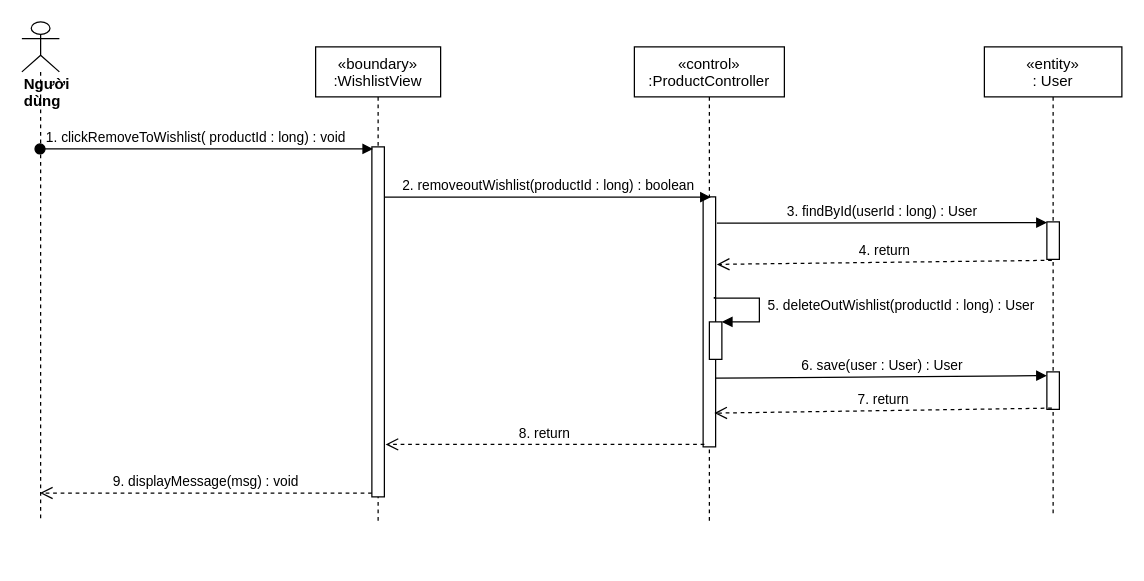
Earlier version of the draw.io diagram sequence diagram/remove-product-to-wishlist-class-diagram.drawio (nguyenphamvan/datn_20202). Source tidied: cells renumbered, new cells numbered last; positions are measured from the earlier drawing's top-left corner, leaving out a move shared by most shapes. Both pictures are drawn from the tidied source at 125%, with x=0, y=0 at pixel (21, 21).
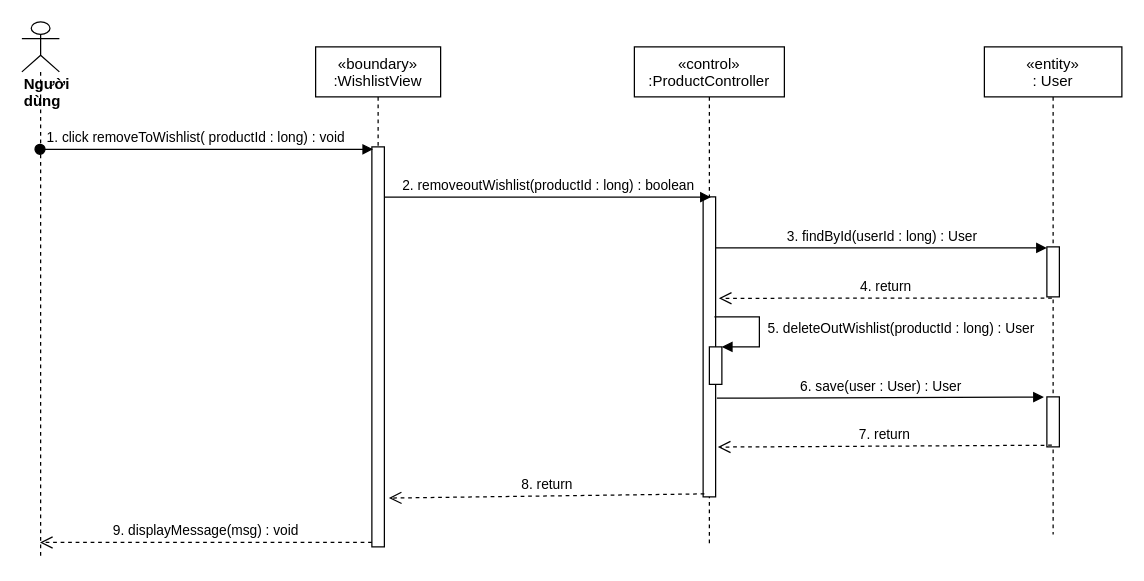
The same diagram, later.

Change to the diagram source:
```diff
@@
     <mxCell id="2" value="«boundary»&#10;:WishlistView" style="shape=umlLifeline;perimeter=lifelinePerimeter;rounded=0;shadow=0;strokeWidth=1;" parent="1" vertex="1">
-      <mxGeometry x="235" y="20" width="100" height="380" as="geometry" />
+      <mxGeometry x="235" y="20" width="100" height="400" as="geometry" />
     </mxCell>
     <mxCell id="3" style="points=[];perimeter=orthogonalPerimeter;rounded=0;shadow=0;strokeWidth=1;" parent="2" vertex="1">
-      <mxGeometry x="45" y="80" width="10" height="280" as="geometry" />
+      <mxGeometry x="45" y="80" width="10" height="320" as="geometry" />
     </mxCell>
     <mxCell id="4" value="«control»&#10;:ProductController" style="shape=umlLifeline;perimeter=lifelinePerimeter;rounded=0;shadow=0;strokeWidth=1;" parent="1" vertex="1">
-      <mxGeometry x="490" y="20" width="120" height="380" as="geometry" />
+      <mxGeometry x="490" y="20" width="120" height="400" as="geometry" />
     </mxCell>
     <mxCell id="5" style="points=[];perimeter=orthogonalPerimeter;rounded=0;shadow=0;strokeWidth=1;" parent="4" vertex="1">
-      <mxGeometry x="55" y="120" width="10" height="200" as="geometry" />
+      <mxGeometry x="55" y="120" width="10" height="240" as="geometry" />
     </mxCell>
     <mxCell id="6" value="&lt;div&gt;&lt;b&gt;Người dùng&lt;/b&gt;&lt;/div&gt;" style="shape=umlLifeline;participant=umlActor;perimeter=lifelinePerimeter;whiteSpace=wrap;html=1;verticalAlign=top;spacingTop=36;outlineConnect=0;align=left;" parent="1" vertex="1">
-      <mxGeometry width="30" height="400" as="geometry" />
+      <mxGeometry width="30" height="430" as="geometry" />
     </mxCell>
-    <mxCell id="7" value="1. clickRemoveToWishlist( productId : long) : void" style="verticalAlign=bottom;startArrow=oval;endArrow=block;startSize=8;shadow=0;strokeWidth=1;entryX=0.1;entryY=0.006;entryDx=0;entryDy=0;entryPerimeter=0;" parent="1" edge="1" source="6" target="3">
+    <mxCell id="7" value="1. click removeToWishlist( productId : long) : void" style="verticalAlign=bottom;startArrow=oval;endArrow=block;startSize=8;shadow=0;strokeWidth=1;entryX=0.1;entryY=0.006;entryDx=0;entryDy=0;entryPerimeter=0;" parent="1" edge="1" source="6" target="3">
       <mxGeometry x="-0.06" relative="1" as="geometry" />
     </mxCell>
@@
     <mxCell id="9" value="«entity»&#10;: User" style="shape=umlLifeline;perimeter=lifelinePerimeter;rounded=0;shadow=0;strokeWidth=1;" parent="1" vertex="1">
-      <mxGeometry x="770" y="20" width="110" height="375" as="geometry" />
+      <mxGeometry x="770" y="20" width="110" height="390" as="geometry" />
     </mxCell>
     <mxCell id="10" style="points=[];perimeter=orthogonalPerimeter;rounded=0;shadow=0;strokeWidth=1;" parent="9" vertex="1">
-      <mxGeometry x="50" y="140" width="10" height="30" as="geometry" />
+      <mxGeometry x="50" y="160" width="10" height="40" as="geometry" />
     </mxCell>
     <mxCell id="11" style="html=1;points=[];perimeter=orthogonalPerimeter;" parent="9" vertex="1">
-      <mxGeometry x="50" y="260" width="10" height="30" as="geometry" />
+      <mxGeometry x="50" y="280" width="10" height="40" as="geometry" />
     </mxCell>
-    <mxCell id="12" value="3. findById(userId : long) : User" style="html=1;verticalAlign=bottom;endArrow=block;entryX=0;entryY=0.02;entryDx=0;entryDy=0;entryPerimeter=0;" parent="1" edge="1" target="10">
-      <mxGeometry relative="1" as="geometry">
-        <mxPoint x="556" y="161" as="sourcePoint" />
-      </mxGeometry>
+    <mxCell id="12" value="3. findById(userId : long) : User" style="html=1;verticalAlign=bottom;endArrow=block;entryX=0;entryY=0.02;entryDx=0;entryDy=0;entryPerimeter=0;" parent="1" edge="1" source="5" target="10">
+      <mxGeometry relative="1" as="geometry" />
     </mxCell>
-    <mxCell id="13" value="4. return" style="html=1;verticalAlign=bottom;endArrow=open;dashed=1;endSize=8;entryX=1.1;entryY=0.27;entryDx=0;entryDy=0;entryPerimeter=0;exitX=0.4;exitY=1.025;exitDx=0;exitDy=0;exitPerimeter=0;" parent="1" edge="1" source="10" target="5">
+    <mxCell id="13" value="4. return" style="html=1;verticalAlign=bottom;endArrow=open;dashed=1;endSize=8;entryX=1.26;entryY=0.338;entryDx=0;entryDy=0;entryPerimeter=0;exitX=0.4;exitY=1.025;exitDx=0;exitDy=0;exitPerimeter=0;" parent="1" edge="1" source="10" target="5">
       <mxGeometry relative="1" as="geometry" />
     </mxCell>
-    <mxCell id="14" value="6. save(user : User) : User" style="html=1;verticalAlign=bottom;endArrow=block;entryX=0;entryY=0.1;entryDx=0;entryDy=0;entryPerimeter=0;" parent="1" edge="1" target="11">
-      <mxGeometry relative="1" as="geometry">
-        <mxPoint x="555" y="285" as="sourcePoint" />
-      </mxGeometry>
+    <mxCell id="14" value="6. save(user : User) : User" style="html=1;verticalAlign=bottom;endArrow=block;exitX=1.1;exitY=0.671;exitDx=0;exitDy=0;exitPerimeter=0;entryX=-0.24;entryY=0.005;entryDx=0;entryDy=0;entryPerimeter=0;" parent="1" edge="1" source="5" target="11">
+      <mxGeometry relative="1" as="geometry" />
     </mxCell>
     <mxCell id="15" style="html=1;points=[];perimeter=orthogonalPerimeter;" parent="1" vertex="1">
-      <mxGeometry x="550" y="240" width="10" height="30" as="geometry" />
+      <mxGeometry x="550" y="260" width="10" height="30" as="geometry" />
     </mxCell>
     <mxCell id="16" value="&amp;nbsp;5. deleteOutWishlist(productId : long) : User" style="edgeStyle=orthogonalEdgeStyle;html=1;align=left;spacingLeft=2;endArrow=block;rounded=0;entryX=1;entryY=0;exitX=0.9;exitY=0.4;exitDx=0;exitDy=0;exitPerimeter=0;" parent="1" edge="1" source="5" target="15">
       <mxGeometry relative="1" as="geometry">
         <Array as="points">
-          <mxPoint x="554" y="221" />
-          <mxPoint x="590" y="221" />
-          <mxPoint x="590" y="240" />
+          <mxPoint x="590" y="236" />
+          <mxPoint x="590" y="260" />
         </Array>
       </mxGeometry>
     </mxCell>
-    <mxCell id="17" value="7. return" style="html=1;verticalAlign=bottom;endArrow=open;dashed=1;endSize=8;exitX=0.4;exitY=0.967;exitDx=0;exitDy=0;exitPerimeter=0;entryX=0.9;entryY=0.865;entryDx=0;entryDy=0;entryPerimeter=0;" parent="1" edge="1" source="11" target="5">
+    <mxCell id="17" value="7. return" style="html=1;verticalAlign=bottom;endArrow=open;dashed=1;endSize=8;exitX=0.4;exitY=0.967;exitDx=0;exitDy=0;exitPerimeter=0;entryX=1.18;entryY=0.834;entryDx=0;entryDy=0;entryPerimeter=0;" parent="1" edge="1" source="11" target="5">
       <mxGeometry relative="1" as="geometry" />
     </mxCell>
-    <mxCell id="18" value="8. return" style="html=1;verticalAlign=bottom;endArrow=open;dashed=1;endSize=8;exitX=0.1;exitY=0.99;exitDx=0;exitDy=0;exitPerimeter=0;entryX=1.1;entryY=0.85;entryDx=0;entryDy=0;entryPerimeter=0;" parent="1" edge="1" source="5" target="3">
+    <mxCell id="18" value="8. return" style="html=1;verticalAlign=bottom;endArrow=open;dashed=1;endSize=8;exitX=0.1;exitY=0.99;exitDx=0;exitDy=0;exitPerimeter=0;entryX=1.36;entryY=0.878;entryDx=0;entryDy=0;entryPerimeter=0;" parent="1" edge="1" source="5" target="3">
       <mxGeometry relative="1" as="geometry" />
     </mxCell>
```
